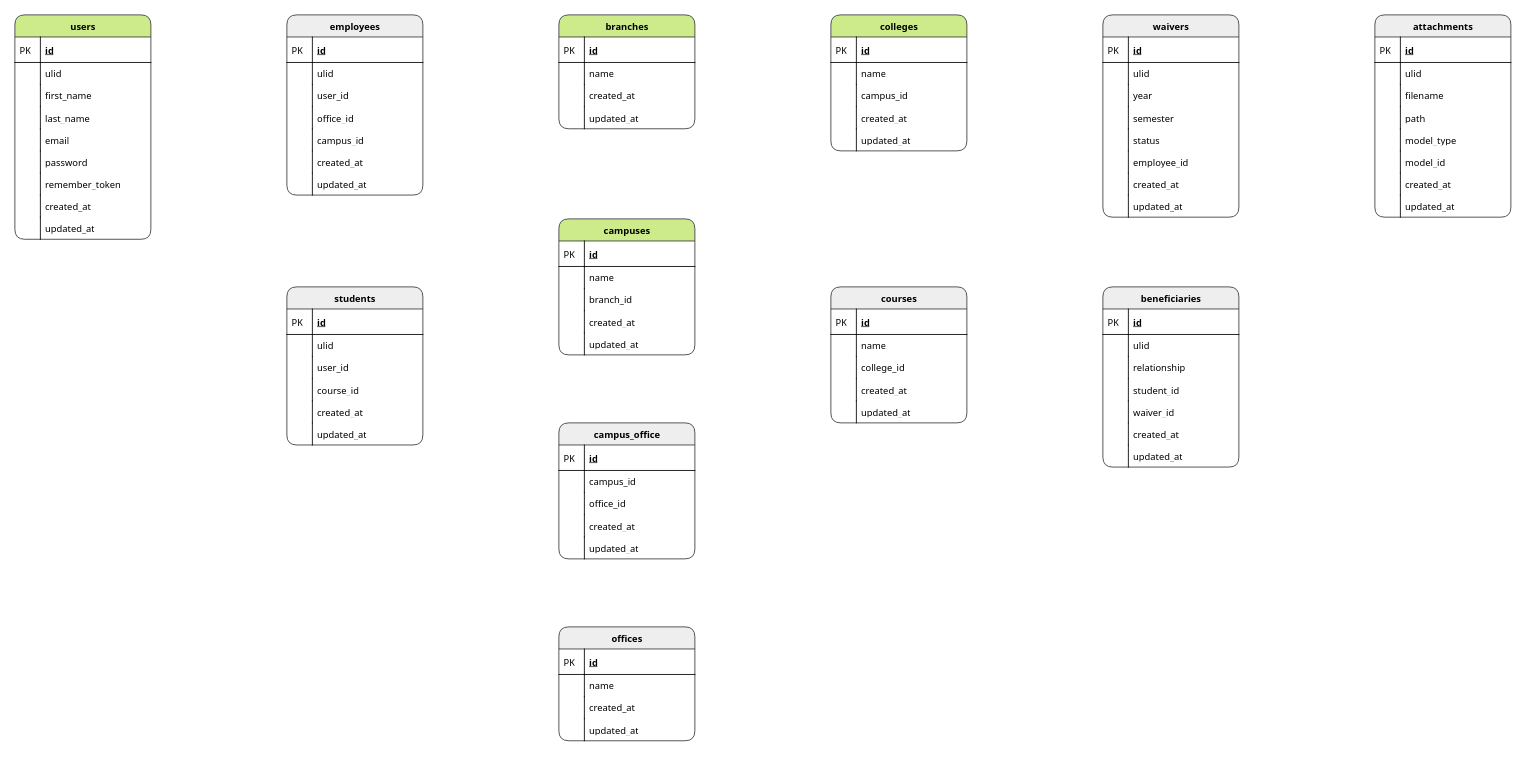
Earlier version of the draw.io diagram database/schema.drawio (ericamigo/um-vilt). Source tidied: cells renumbered, new cells numbered last; positions are measured from the earlier drawing's top-left corner, leaving out a move shared by most shapes. Both pictures are drawn from the tidied source at 85%, with x=0, y=0 at pixel (14, 14).
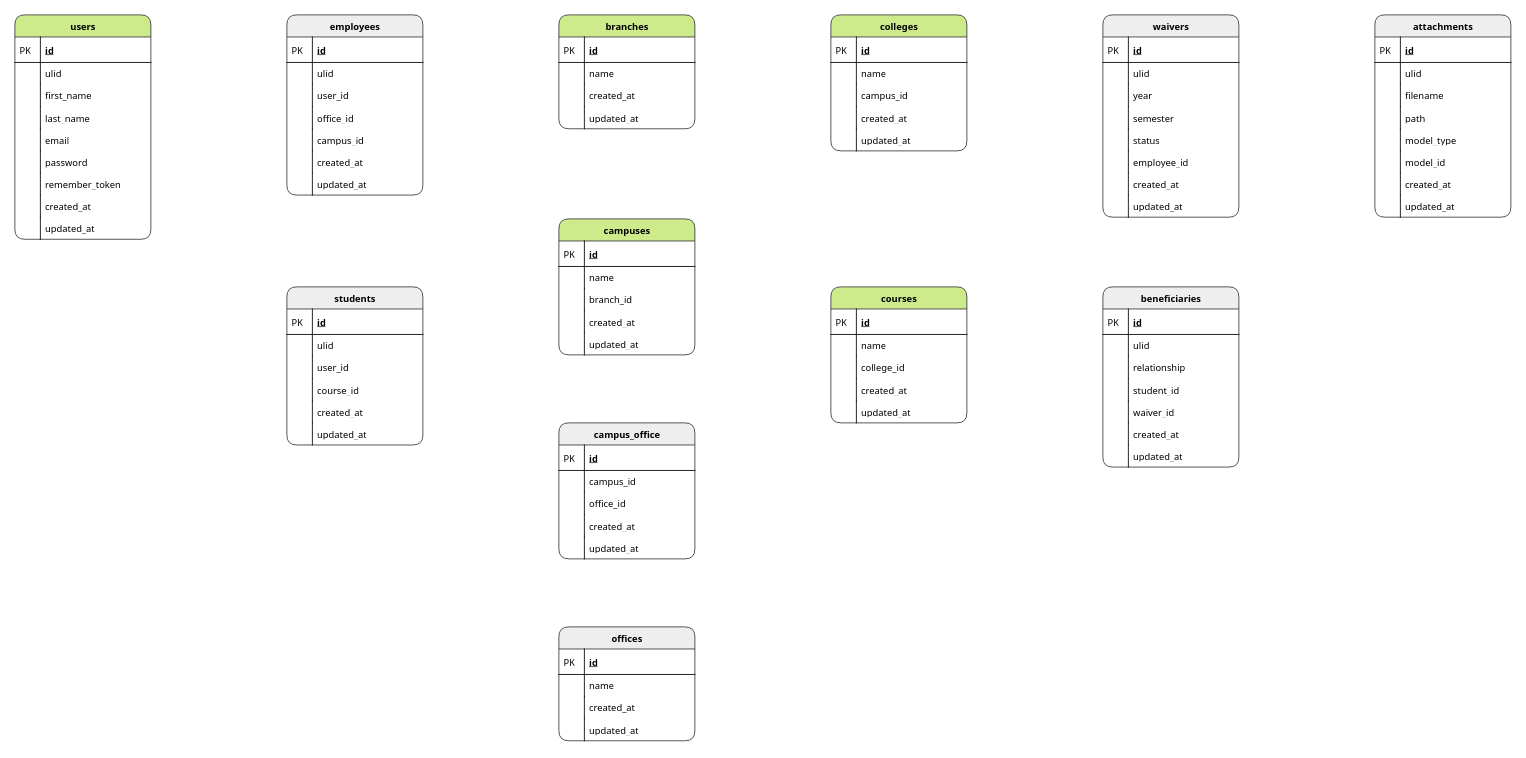
The same diagram, later.

What changed in the source:
```diff
@@
-    <mxCell id="80" value="courses" style="swimlane;html=1;fontStyle=1;horizontal=1;startSize=26;fillColor=#eeeeee;swimlaneFillColor=#ffffff;align=center;rounded=1;shadow=0;comic=0;labelBackgroundColor=none;strokeWidth=1;fontFamily=Tahoma;fontSize=11;strokeColor=#36393d;" parent="1" vertex="1">
+    <mxCell id="80" value="courses" style="swimlane;html=1;fontStyle=1;horizontal=1;startSize=26;fillColor=#cdeb8b;swimlaneFillColor=#ffffff;align=center;rounded=1;shadow=0;comic=0;labelBackgroundColor=none;strokeWidth=1;fontFamily=Tahoma;fontSize=11;strokeColor=#36393d;" parent="1" vertex="1">
       <mxGeometry x="960" y="320" width="160" height="160" as="geometry" />
     </mxCell>
```
